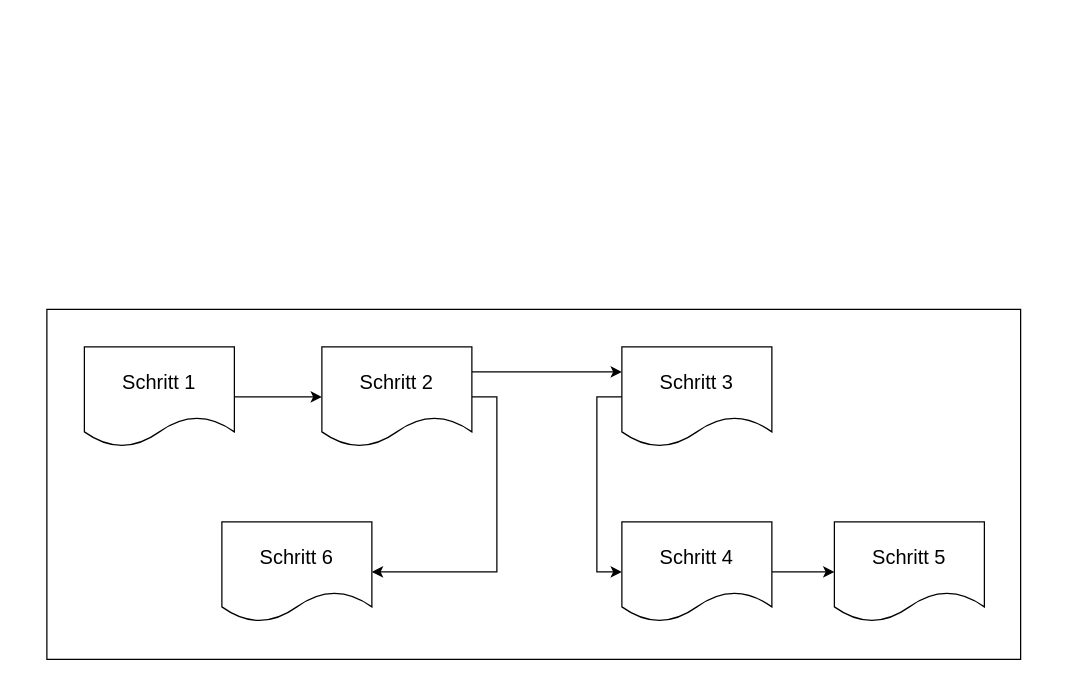
Above: images/software-architecture-guide-step-1.drawio in coc-university/software-architecture-guide (draw.io), before the change. Source tidied: cells renumbered, new cells numbered last; positions are measured from the earlier drawing's top-left corner, leaving out a move shared by most shapes. Both pictures are drawn from the tidied source at 125%, with x=0, y=0 at pixel (46, 309).
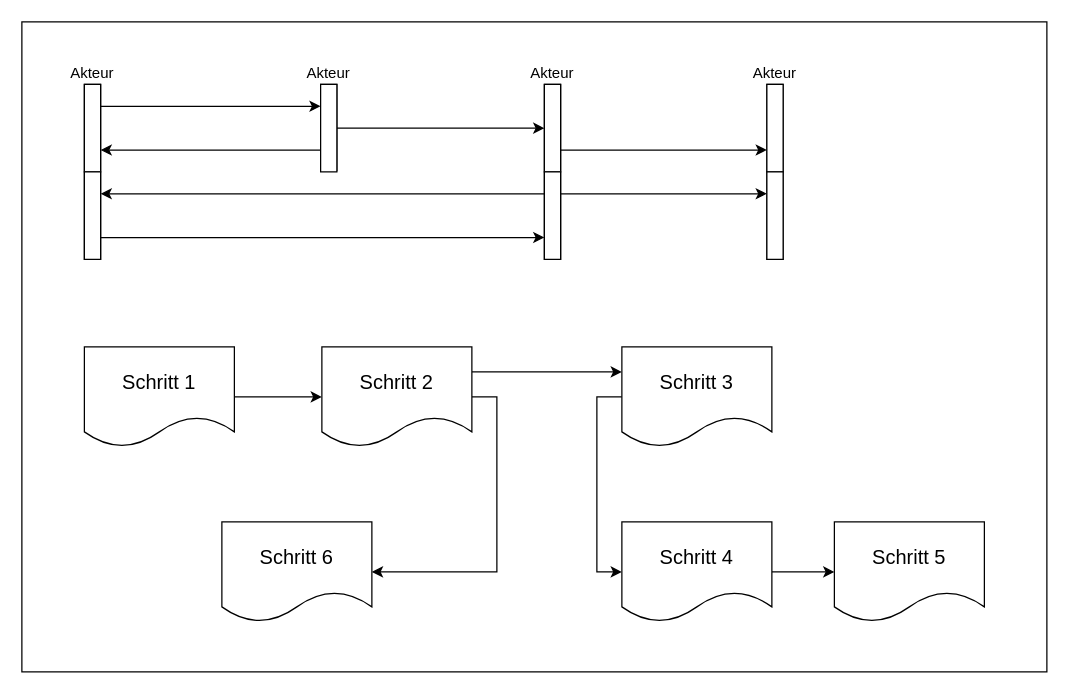
After the change.

Change to the diagram source:
```diff
@@
-    <mxCell id="2" style="rounded=0;whiteSpace=wrap;html=1;" parent="1" vertex="1">
-      <mxGeometry width="779" height="280" as="geometry" />
-    </mxCell>
+    <mxCell id="14" style="rounded=0;whiteSpace=wrap;html=1;" parent="1" vertex="1">
+      <mxGeometry x="-20" y="-230" width="820" height="520" as="geometry" />
+    </mxCell>
@@
+    <mxCell id="15" value="&lt;span style=&quot;text-wrap-mode: nowrap;&quot;&gt;Akteur&lt;/span&gt;" style="rounded=0;whiteSpace=wrap;html=1;labelPosition=center;verticalLabelPosition=top;align=center;verticalAlign=bottom;" parent="1" vertex="1">
+      <mxGeometry x="30" y="-180" width="13" height="140" as="geometry" />
+    </mxCell>
+    <mxCell id="16" style="edgeStyle=orthogonalEdgeStyle;rounded=0;jettySize=auto;html=1;exitX=1;exitY=0.25;exitDx=0;exitDy=0;entryX=0;entryY=0.25;entryDx=0;entryDy=0;" parent="1" edge="1" source="17" target="23">
+      <mxGeometry relative="1" as="geometry" />
+    </mxCell>
+    <mxCell id="17" style="rounded=0;whiteSpace=wrap;html=1;labelPosition=center;verticalLabelPosition=top;align=center;verticalAlign=bottom;" parent="1" vertex="1">
+      <mxGeometry x="30" y="-180" width="13" height="70" as="geometry" />
+    </mxCell>
+    <mxCell id="18" style="edgeStyle=orthogonalEdgeStyle;rounded=0;jettySize=auto;html=1;exitX=1;exitY=0.75;exitDx=0;exitDy=0;entryX=0;entryY=0.75;entryDx=0;entryDy=0;" parent="1" edge="1" source="19" target="29">
+      <mxGeometry relative="1" as="geometry" />
+    </mxCell>
+    <mxCell id="19" style="rounded=0;whiteSpace=wrap;html=1;labelPosition=center;verticalLabelPosition=top;align=center;verticalAlign=bottom;" parent="1" vertex="1">
+      <mxGeometry x="30" y="-110" width="13" height="70" as="geometry" />
+    </mxCell>
+    <mxCell id="20" value="&lt;span style=&quot;text-wrap-mode: nowrap;&quot;&gt;Akteur&lt;/span&gt;" style="rounded=0;whiteSpace=wrap;html=1;labelPosition=center;verticalLabelPosition=top;align=center;verticalAlign=bottom;" parent="1" vertex="1">
+      <mxGeometry x="219" y="-180" width="13" height="69" as="geometry" />
+    </mxCell>
+    <mxCell id="21" style="edgeStyle=orthogonalEdgeStyle;rounded=0;jettySize=auto;html=1;exitX=1;exitY=0.5;exitDx=0;exitDy=0;entryX=0;entryY=0.5;entryDx=0;entryDy=0;" parent="1" edge="1" source="23" target="26">
+      <mxGeometry relative="1" as="geometry" />
+    </mxCell>
+    <mxCell id="22" style="edgeStyle=orthogonalEdgeStyle;rounded=0;jettySize=auto;html=1;exitX=0;exitY=0.75;exitDx=0;exitDy=0;entryX=1;entryY=0.75;entryDx=0;entryDy=0;" parent="1" edge="1" source="23" target="17">
+      <mxGeometry relative="1" as="geometry" />
+    </mxCell>
+    <mxCell id="23" style="rounded=0;whiteSpace=wrap;html=1;labelPosition=center;verticalLabelPosition=top;align=center;verticalAlign=bottom;" parent="1" vertex="1">
+      <mxGeometry x="219" y="-180" width="13" height="70" as="geometry" />
+    </mxCell>
+    <mxCell id="24" value="&lt;span style=&quot;text-wrap-mode: nowrap;&quot;&gt;Akteur&lt;/span&gt;" style="rounded=0;whiteSpace=wrap;html=1;labelPosition=center;verticalLabelPosition=top;align=center;verticalAlign=bottom;" parent="1" vertex="1">
+      <mxGeometry x="398" y="-180" width="13" height="140" as="geometry" />
+    </mxCell>
+    <mxCell id="25" style="edgeStyle=orthogonalEdgeStyle;rounded=0;jettySize=auto;html=1;exitX=1;exitY=0.75;exitDx=0;exitDy=0;entryX=0;entryY=0.75;entryDx=0;entryDy=0;" parent="1" edge="1" source="26" target="31">
+      <mxGeometry relative="1" as="geometry" />
+    </mxCell>
+    <mxCell id="26" style="rounded=0;whiteSpace=wrap;html=1;labelPosition=center;verticalLabelPosition=top;align=center;verticalAlign=bottom;" parent="1" vertex="1">
+      <mxGeometry x="398" y="-180" width="13" height="70" as="geometry" />
+    </mxCell>
+    <mxCell id="27" style="edgeStyle=orthogonalEdgeStyle;rounded=0;jettySize=auto;html=1;exitX=1;exitY=0.25;exitDx=0;exitDy=0;entryX=0;entryY=0.25;entryDx=0;entryDy=0;" parent="1" edge="1" source="29" target="32">
+      <mxGeometry relative="1" as="geometry" />
+    </mxCell>
+    <mxCell id="28" style="edgeStyle=orthogonalEdgeStyle;rounded=0;jettySize=auto;html=1;exitX=0;exitY=0.25;exitDx=0;exitDy=0;entryX=1;entryY=0.25;entryDx=0;entryDy=0;" parent="1" edge="1" source="29" target="19">
+      <mxGeometry relative="1" as="geometry" />
+    </mxCell>
+    <mxCell id="29" style="rounded=0;whiteSpace=wrap;html=1;labelPosition=center;verticalLabelPosition=top;align=center;verticalAlign=bottom;" parent="1" vertex="1">
+      <mxGeometry x="398" y="-110" width="13" height="70" as="geometry" />
+    </mxCell>
+    <mxCell id="30" value="&lt;span style=&quot;text-wrap-mode: nowrap;&quot;&gt;Akteur&lt;/span&gt;" style="rounded=0;whiteSpace=wrap;html=1;labelPosition=center;verticalLabelPosition=top;align=center;verticalAlign=bottom;" parent="1" vertex="1">
+      <mxGeometry x="576" y="-180" width="13" height="140" as="geometry" />
+    </mxCell>
+    <mxCell id="31" style="rounded=0;whiteSpace=wrap;html=1;labelPosition=center;verticalLabelPosition=top;align=center;verticalAlign=bottom;" parent="1" vertex="1">
+      <mxGeometry x="576" y="-180" width="13" height="70" as="geometry" />
+    </mxCell>
+    <mxCell id="32" style="rounded=0;whiteSpace=wrap;html=1;labelPosition=center;verticalLabelPosition=top;align=center;verticalAlign=bottom;" parent="1" vertex="1">
+      <mxGeometry x="576" y="-110" width="13" height="70" as="geometry" />
+    </mxCell>
```
